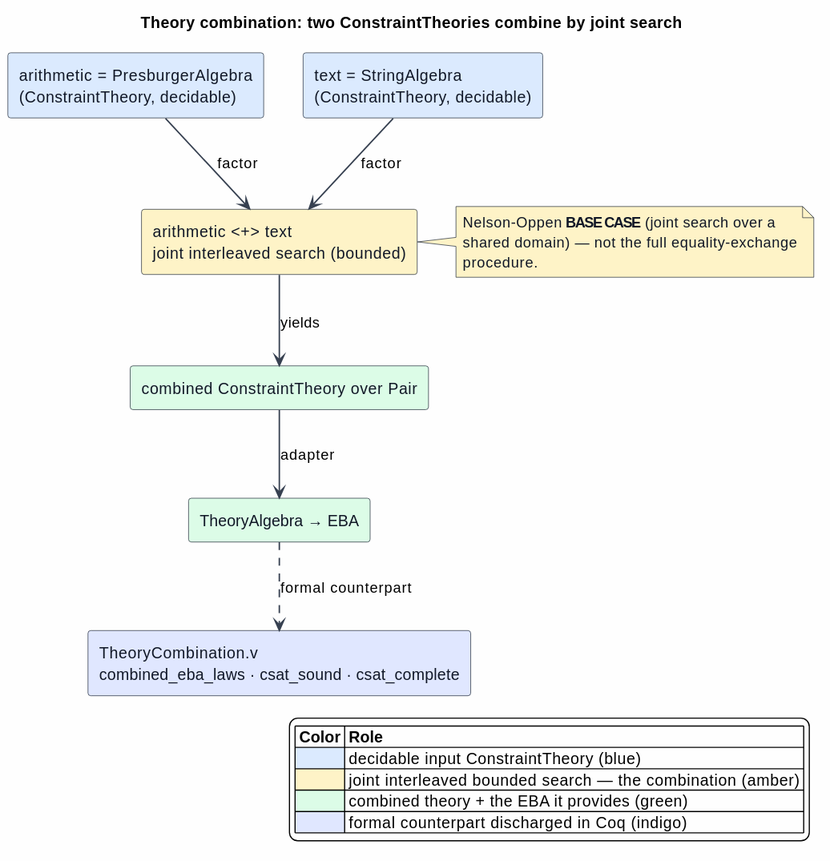
This is docs/architecture/semantic-predicates/figures/13-theory-combination.svg from F1R3FLY-io/mettail-rust, a PlantUML export, as it was before one commit.
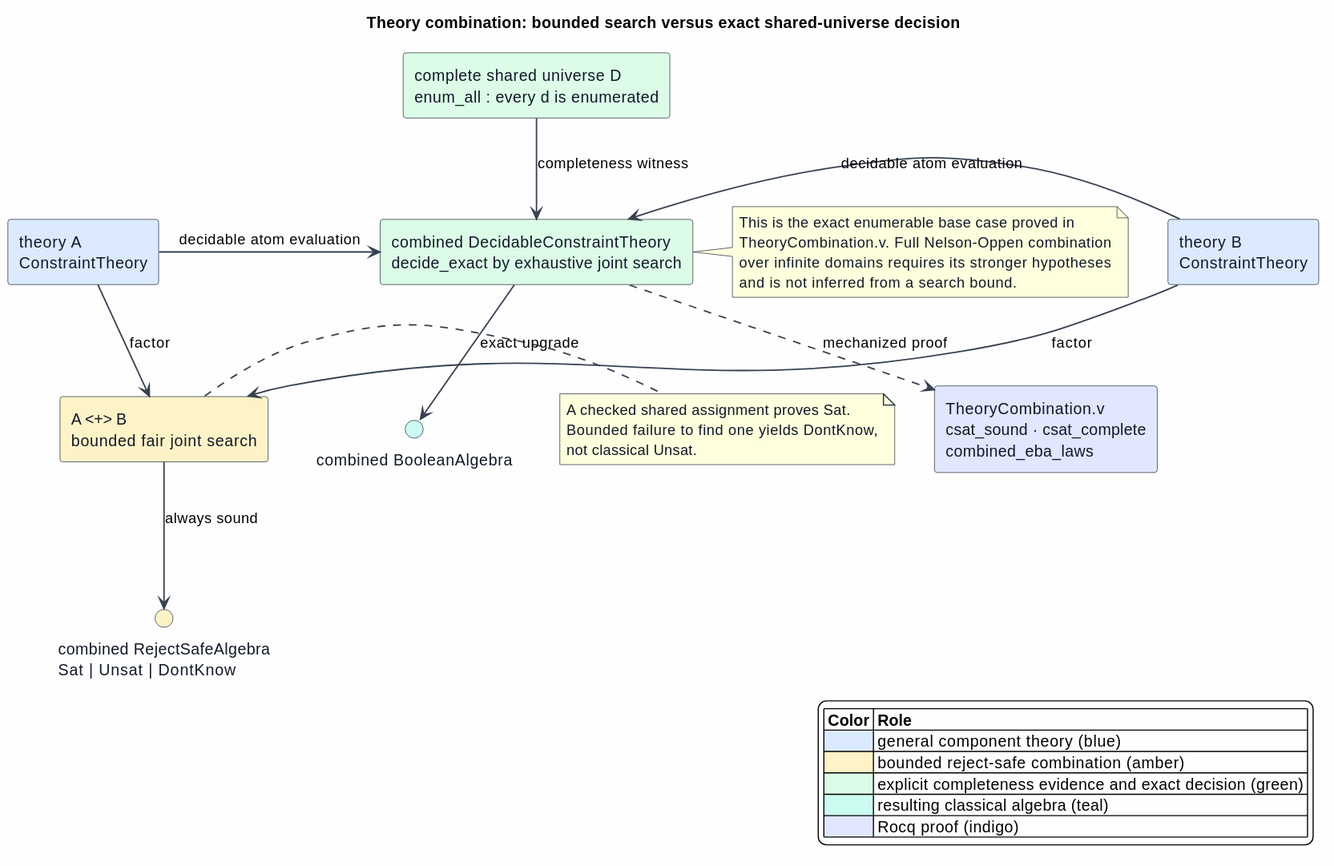
Later version of the same file.

What changed in the source:
```diff
@@ -8,40 +8,57 @@
   BorderColor #1F2937
   FontColor #111827
 }
+skinparam interface {
+  BorderColor #1F2937
+  FontColor #111827
+}
 skinparam note {
   BorderColor #1F2937
   FontColor #111827
 }
 
-title Theory combination: two ConstraintTheories combine by joint search
+title Theory combination: bounded search versus exact shared-universe decision
 
-component "arithmetic = PresburgerAlgebra\n(ConstraintTheory, decidable)" as Arith #DBEAFE
-component "text = StringAlgebra\n(ConstraintTheory, decidable)" as Text #DBEAFE
+component "theory A\nConstraintTheory" as A #DBEAFE
+component "theory B\nConstraintTheory" as B #DBEAFE
+component "A <+> B\nbounded fair joint search" as BoundedJoin #FEF3C7
+interface "combined RejectSafeAlgebra\nSat | Unsat | DontKnow" as RejectSafe #FEF3C7
 
-component "arithmetic <+> text\njoint interleaved search (bounded)" as Join #FEF3C7
+A -down-> BoundedJoin : factor
+B -down-> BoundedJoin : factor
+BoundedJoin -down-> RejectSafe : always sound
 
-component "combined ConstraintTheory over Pair" as Combined #DCFCE7
-component "TheoryAlgebra → EBA" as EBA #DCFCE7
-
-Arith -down-> Join : factor
-Text  -down-> Join : factor
-Join     -down-> Combined : yields
-Combined -down-> EBA      : adapter
-
-note right of Join #FEF3C7
-  Nelson-Oppen **BASE CASE** (joint search over a
-  shared domain) — not the full equality-exchange
-  procedure.
+note right of BoundedJoin
+  A checked shared assignment proves Sat.
+  Bounded failure to find one yields DontKnow,
+  not classical Unsat.
 end note
 
-component "TheoryCombination.v\ncombined_eba_laws · csat_sound · csat_complete" as Formal #E0E7FF
-EBA ..> Formal : formal counterpart
+component "complete shared universe D\nenum_all : every d is enumerated" as Universe #DCFCE7
+component "combined DecidableConstraintTheory\ndecide_exact by exhaustive joint search" as ExactJoin #DCFCE7
+interface "combined BooleanAlgebra" as Boolean #CCFBF1
+
+A -right-> ExactJoin : decidable atom evaluation
+B -left-> ExactJoin : decidable atom evaluation
+Universe -down-> ExactJoin : completeness witness
+ExactJoin -down-> Boolean : exact upgrade
+
+note right of ExactJoin
+  This is the exact enumerable base case proved in
+  TheoryCombination.v. Full Nelson-Oppen combination
+  over infinite domains requires its stronger hypotheses
+  and is not inferred from a search bound.
+end note
+
+component "TheoryCombination.v\ncsat_sound · csat_complete\ncombined_eba_laws" as Formal #E0E7FF
+ExactJoin ..> Formal : mechanized proof
 
 legend right
 |= Color |= Role |
-|<#DBEAFE> | decidable input ConstraintTheory (blue) |
-|<#FEF3C7> | joint interleaved bounded search — the combination (amber) |
-|<#DCFCE7> | combined theory + the EBA it provides (green) |
-|<#E0E7FF> | formal counterpart discharged in Coq (indigo) |
+|<#DBEAFE> | general component theory (blue) |
+|<#FEF3C7> | bounded reject-safe combination (amber) |
+|<#DCFCE7> | explicit completeness evidence and exact decision (green) |
+|<#CCFBF1> | resulting classical algebra (teal) |
+|<#E0E7FF> | Rocq proof (indigo) |
 endlegend
 @enduml
```
